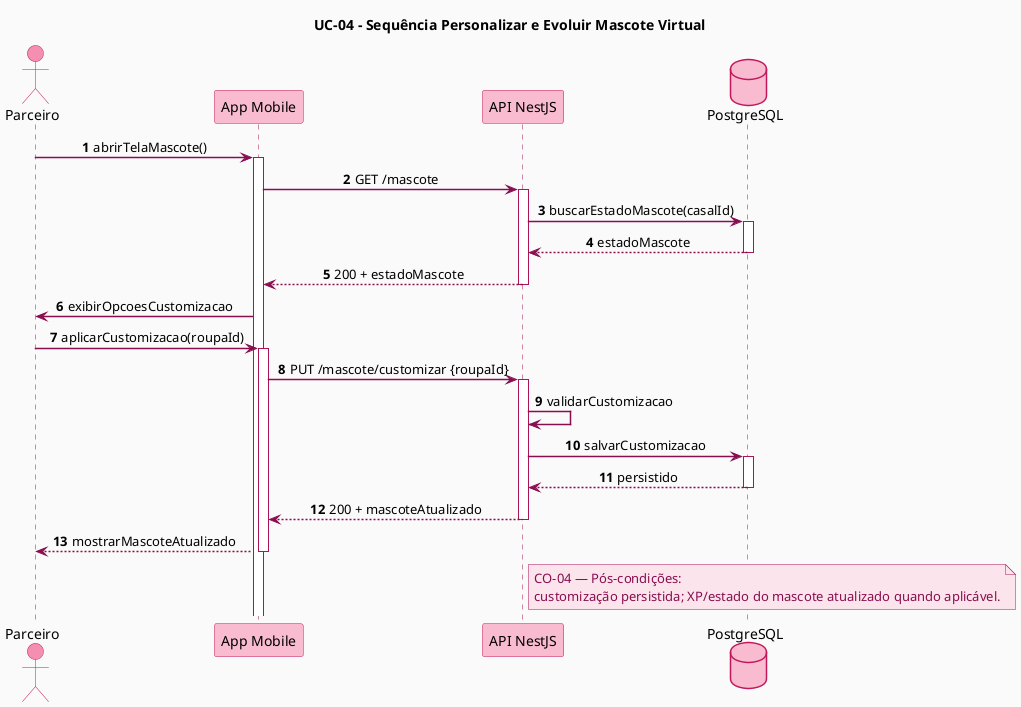
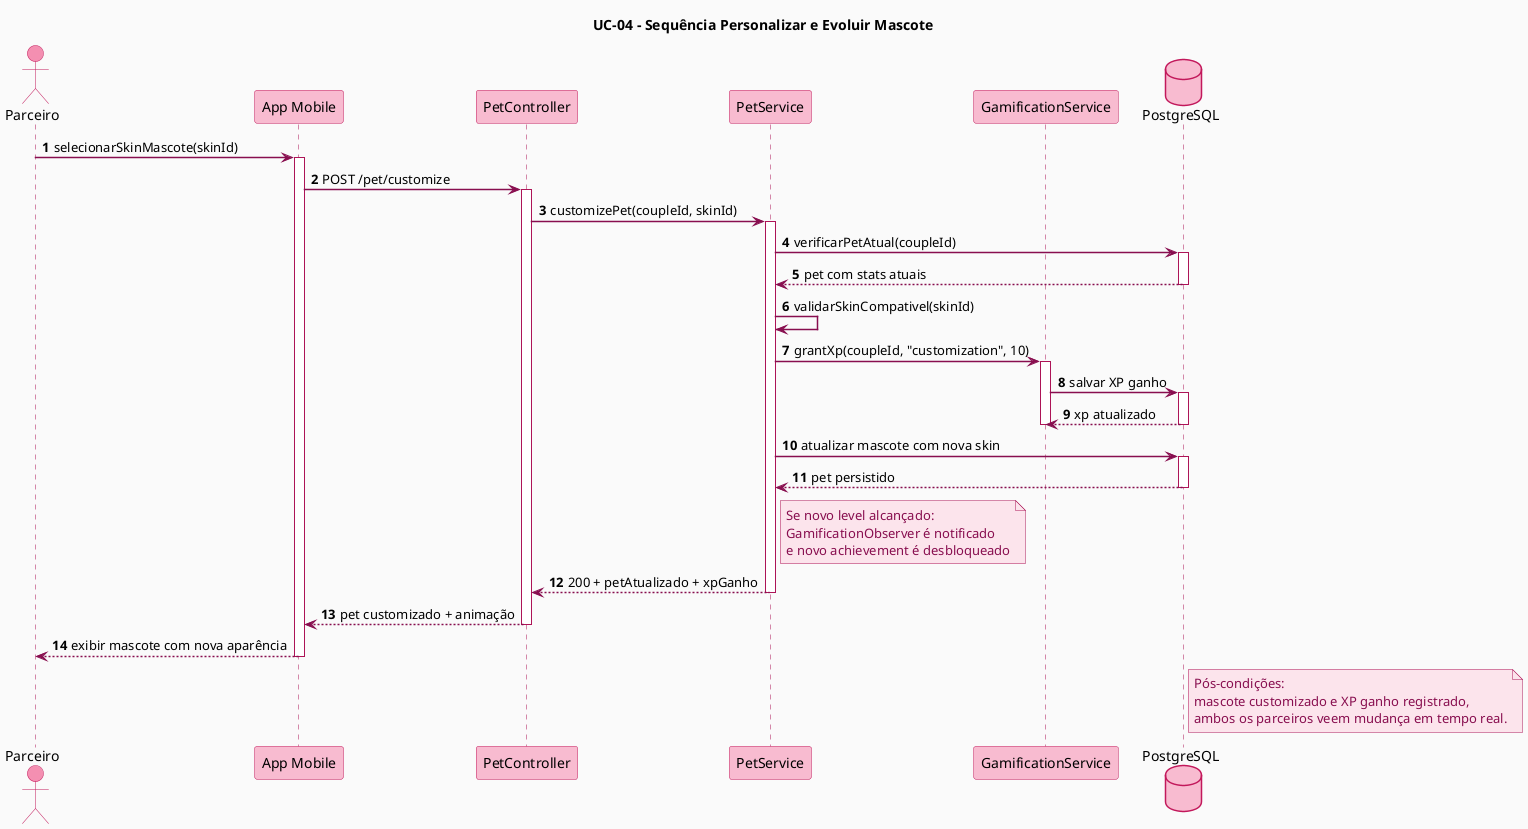
@startuml
+ title UC-04 - Sequência Personalizar e Evoluir Mascote
+ 
skinparam backgroundColor #FAFAFA
skinparam shadowing false
skinparam sequenceArrowThickness 1.5
skinparam sequenceParticipantBorderColor #C2185B
skinparam sequenceParticipantBackgroundColor #F8BBD0
skinparam sequenceActorBorderColor #C2185B
skinparam sequenceActorBackgroundColor #F48FB1
skinparam sequenceLifeLineBorderColor #AD1457
skinparam sequenceArrowColor #880E4F
skinparam ArrowColor #880E4F
- skinparam sequenceMessageAlign center
skinparam noteBorderColor #AD1457
skinparam noteBackgroundColor #FCE4EC
skinparam noteFontColor #880E4F
skinparam sequenceMessageFontColor #880E4F
skinparam databaseBorderColor #C2185B
skinparam databaseBackgroundColor #F8BBD0

autonumber
- title UC-04 - Sequência Personalizar e Evoluir Mascote Virtual

actor Parceiro
participant "App Mobile" as Mobile
- participant "API NestJS" as API
+ participant "PetController" as Controller
+ participant "PetService" as PetService
+ participant "GamificationService" as GamService
database "PostgreSQL" as DB

- Parceiro -> Mobile : abrirTelaMascote()
+ Parceiro -> Mobile : selecionarSkinMascote(skinId)
activate Mobile
- Mobile -> API : GET /mascote
- activate API
- API -> DB : buscarEstadoMascote(casalId)
+ 
+ Mobile -> Controller : POST /pet/customize
+ activate Controller
+ 
+ Controller -> PetService : customizePet(coupleId, skinId)
+ activate PetService
+ 
+ PetService -> DB : verificarPetAtual(coupleId)
activate DB
- DB --> API : estadoMascote
+ DB --> PetService : pet com stats atuais
deactivate DB
- API --> Mobile : 200 + estadoMascote
- deactivate API
- Mobile -> Parceiro : exibirOpcoesCustomizacao

- Parceiro -> Mobile : aplicarCustomizacao(roupaId)
- activate Mobile
- Mobile -> API : PUT /mascote/customizar {roupaId}
- activate API
- API -> API : validarCustomizacao
- API -> DB : salvarCustomizacao
+ PetService -> PetService : validarSkinCompativel(skinId)
+ 
+ PetService -> GamService : grantXp(coupleId, "customization", 10)
+ activate GamService
+ GamService -> DB : salvar XP ganho
activate DB
- DB --> API : persistido
+ DB --> GamService : xp atualizado
deactivate DB
- API --> Mobile : 200 + mascoteAtualizado
- deactivate API
- Mobile --> Parceiro : mostrarMascoteAtualizado
+ deactivate GamService
+ 
+ PetService -> DB : atualizar mascote com nova skin
+ activate DB
+ DB --> PetService : pet persistido
+ deactivate DB
+ 
+ note right of PetService
+   Se novo level alcançado:
+   GamificationObserver é notificado
+   e novo achievement é desbloqueado
+ end note
+ 
+ PetService --> Controller : 200 + petAtualizado + xpGanho
+ deactivate PetService
+ 
+ Controller --> Mobile : pet customizado + animação
+ deactivate Controller
+ 
+ Mobile --> Parceiro : exibir mascote com nova aparência
deactivate Mobile

- note right of API
-   CO-04 — Pós-condições:
-   customização persistida; XP/estado do mascote atualizado quando aplicável.
+ note right of DB
+   Pós-condições:
+   mascote customizado e XP ganho registrado,
+   ambos os parceiros veem mudança em tempo real.
end note

- @enduml+ @enduml
